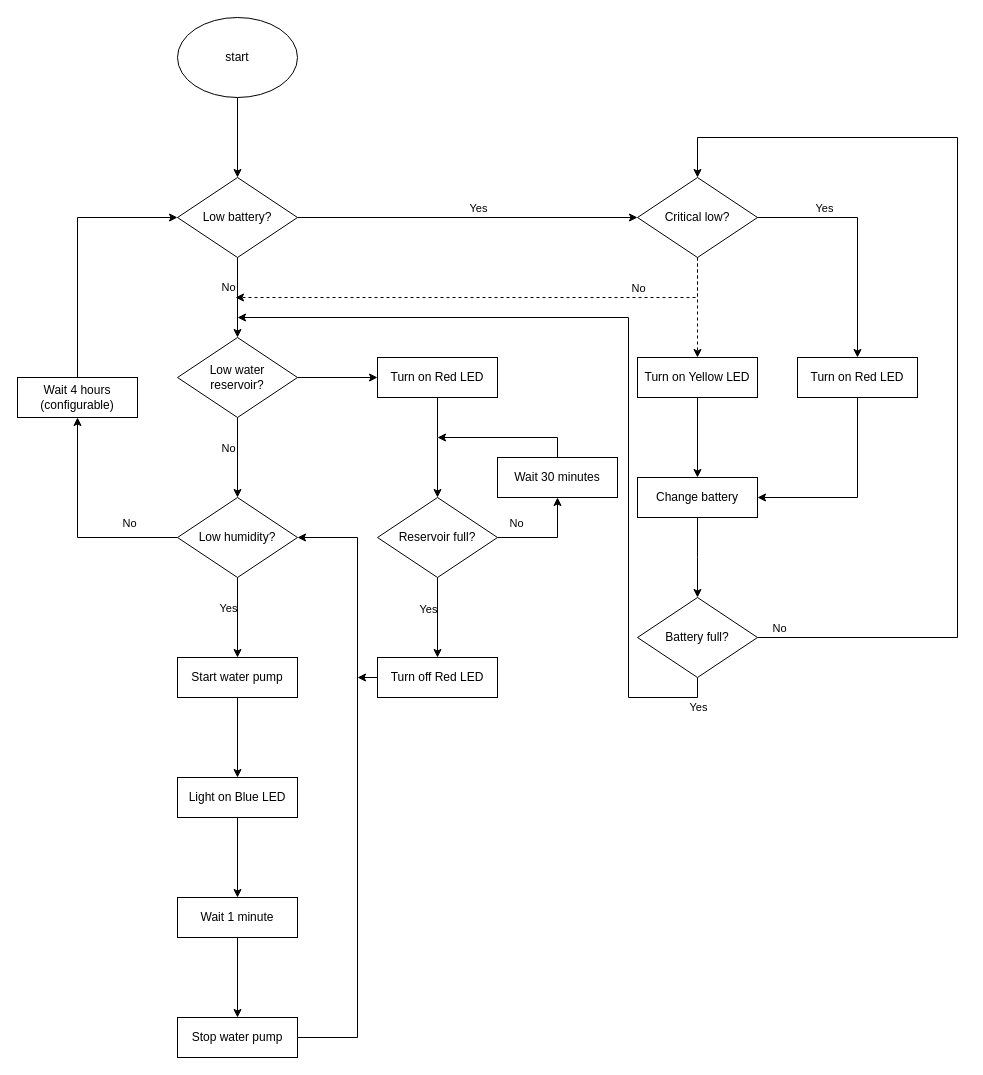
Earlier version of the draw.io diagram projetos/regador/flowchart/regador_flowchart.drawio (teaching-FEEC/ea075-2023.2). Source tidied: cells renumbered, new cells numbered last; positions are measured from the earlier drawing's top-left corner, leaving out a move shared by most shapes. Both pictures are drawn from the tidied source at 100%, with x=0, y=0 at pixel (17, 17).
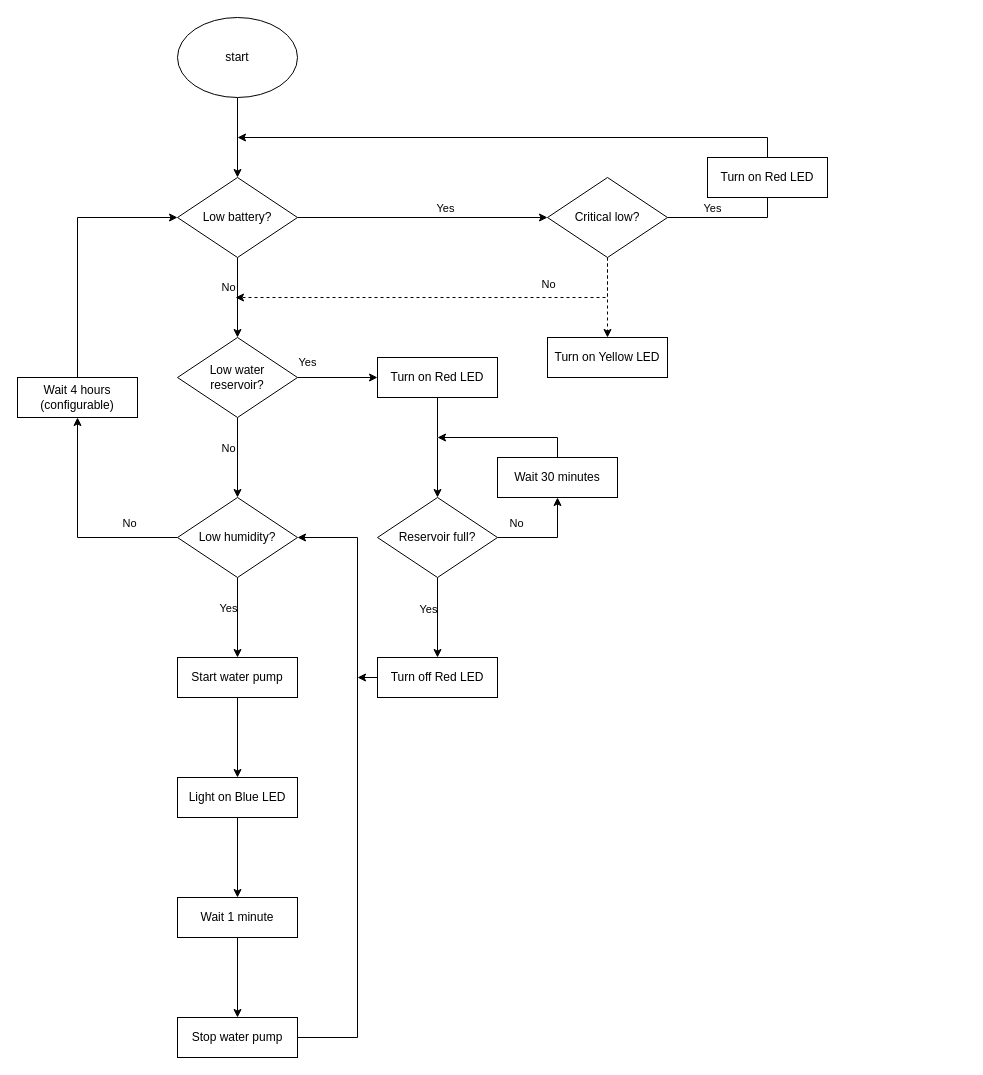
The same diagram, later.

What changed in the source:
```diff
@@
     <mxCell id="29" style="edgeStyle=orthogonalEdgeStyle;rounded=0;jettySize=auto;html=1;dashed=1;" parent="1" edge="1" source="33">
       <mxGeometry relative="1" as="geometry">
         <mxPoint x="218" y="280" as="targetPoint" />
         <Array as="points">
-          <mxPoint x="680" y="280" />
+          <mxPoint x="590" y="280" />
         </Array>
       </mxGeometry>
     </mxCell>
@@
     <mxCell id="31" style="edgeStyle=orthogonalEdgeStyle;rounded=0;jettySize=auto;html=1;entryX=0.5;entryY=0;entryDx=0;entryDy=0;" parent="1" edge="1" source="33" target="55">
       <mxGeometry relative="1" as="geometry">
         <Array as="points">
-          <mxPoint x="840" y="200" />
+          <mxPoint x="750" y="200" />
         </Array>
       </mxGeometry>
     </mxCell>
@@
     <mxCell id="33" value="Critical low?" style="rhombus;whiteSpace=wrap;html=1;" parent="1" vertex="1">
-      <mxGeometry x="620" y="160" width="120" height="80" as="geometry" />
+      <mxGeometry x="530" y="160" width="120" height="80" as="geometry" />
     </mxCell>
@@
-    <mxCell id="45" style="edgeStyle=orthogonalEdgeStyle;rounded=0;jettySize=auto;html=1;" parent="1" edge="1" source="46" target="48">
-      <mxGeometry relative="1" as="geometry" />
-    </mxCell>
     <mxCell id="46" value="Turn on Yellow LED" style="whiteSpace=wrap;html=1;" parent="1" vertex="1">
-      <mxGeometry x="620" y="340" width="120" height="40" as="geometry" />
+      <mxGeometry x="530" y="320" width="120" height="40" as="geometry" />
     </mxCell>
-    <mxCell id="47" style="edgeStyle=orthogonalEdgeStyle;rounded=0;jettySize=auto;html=1;" parent="1" edge="1" source="48">
-      <mxGeometry relative="1" as="geometry">
-        <mxPoint x="680" y="580" as="targetPoint" />
-      </mxGeometry>
-    </mxCell>
-    <mxCell id="48" value="Change battery" style="whiteSpace=wrap;html=1;" parent="1" vertex="1">
-      <mxGeometry x="620" y="460" width="120" height="40" as="geometry" />
-    </mxCell>
-    <mxCell id="49" style="edgeStyle=orthogonalEdgeStyle;rounded=0;jettySize=auto;html=1;exitX=0.5;exitY=1;exitDx=0;exitDy=0;" parent="1" edge="1" source="53">
-      <mxGeometry relative="1" as="geometry">
-        <mxPoint x="220" y="300" as="targetPoint" />
-        <Array as="points">
-          <mxPoint x="680" y="680" />
-          <mxPoint x="611" y="680" />
-          <mxPoint x="611" y="300" />
-        </Array>
-      </mxGeometry>
-    </mxCell>
-    <mxCell id="50" value="Yes" style="edgeLabel;html=1;align=center;verticalAlign=middle;" parent="49" vertex="1">
-      <mxGeometry x="-0.31" y="2" relative="1" as="geometry">
-        <mxPoint x="71" y="217" as="offset" />
-      </mxGeometry>
-    </mxCell>
-    <mxCell id="51" style="edgeStyle=orthogonalEdgeStyle;rounded=0;jettySize=auto;html=1;entryX=0.5;entryY=0;entryDx=0;entryDy=0;" parent="1" edge="1" source="53" target="33">
-      <mxGeometry relative="1" as="geometry">
-        <Array as="points">
-          <mxPoint x="940" y="620" />
-          <mxPoint x="940" y="120" />
-          <mxPoint x="680" y="120" />
-        </Array>
-      </mxGeometry>
-    </mxCell>
-    <mxCell id="52" value="No" style="edgeLabel;html=1;align=center;verticalAlign=middle;" parent="51" vertex="1">
-      <mxGeometry x="-0.8" y="4" relative="1" as="geometry">
-        <mxPoint x="-79" y="-6" as="offset" />
-      </mxGeometry>
-    </mxCell>
-    <mxCell id="53" value="Battery full?" style="rhombus;whiteSpace=wrap;html=1;" parent="1" vertex="1">
-      <mxGeometry x="620" y="580" width="120" height="80" as="geometry" />
-    </mxCell>
-    <mxCell id="54" style="edgeStyle=orthogonalEdgeStyle;rounded=0;jettySize=auto;html=1;entryX=1;entryY=0.5;entryDx=0;entryDy=0;" parent="1" edge="1" source="55" target="48">
+    <mxCell id="54" style="edgeStyle=orthogonalEdgeStyle;rounded=0;jettySize=auto;html=1;" parent="1" edge="1" source="55">
       <mxGeometry relative="1" as="geometry">
+        <mxPoint x="220" y="120" as="targetPoint" />
         <Array as="points">
-          <mxPoint x="840" y="480" />
+          <mxPoint x="750" y="120" />
         </Array>
       </mxGeometry>
     </mxCell>
     <mxCell id="55" value="Turn on Red LED" style="whiteSpace=wrap;html=1;" parent="1" vertex="1">
-      <mxGeometry x="780" y="340" width="120" height="40" as="geometry" />
+      <mxGeometry x="690" y="140" width="120" height="40" as="geometry" />
     </mxCell>
+    <mxCell id="50" value="Yes" style="edgeLabel;html=1;align=center;verticalAlign=middle;" parent="1" vertex="1">
+      <mxGeometry x="437" y="200" as="geometry">
+        <mxPoint x="-148" y="144" as="offset" />
+      </mxGeometry>
+    </mxCell>
```
